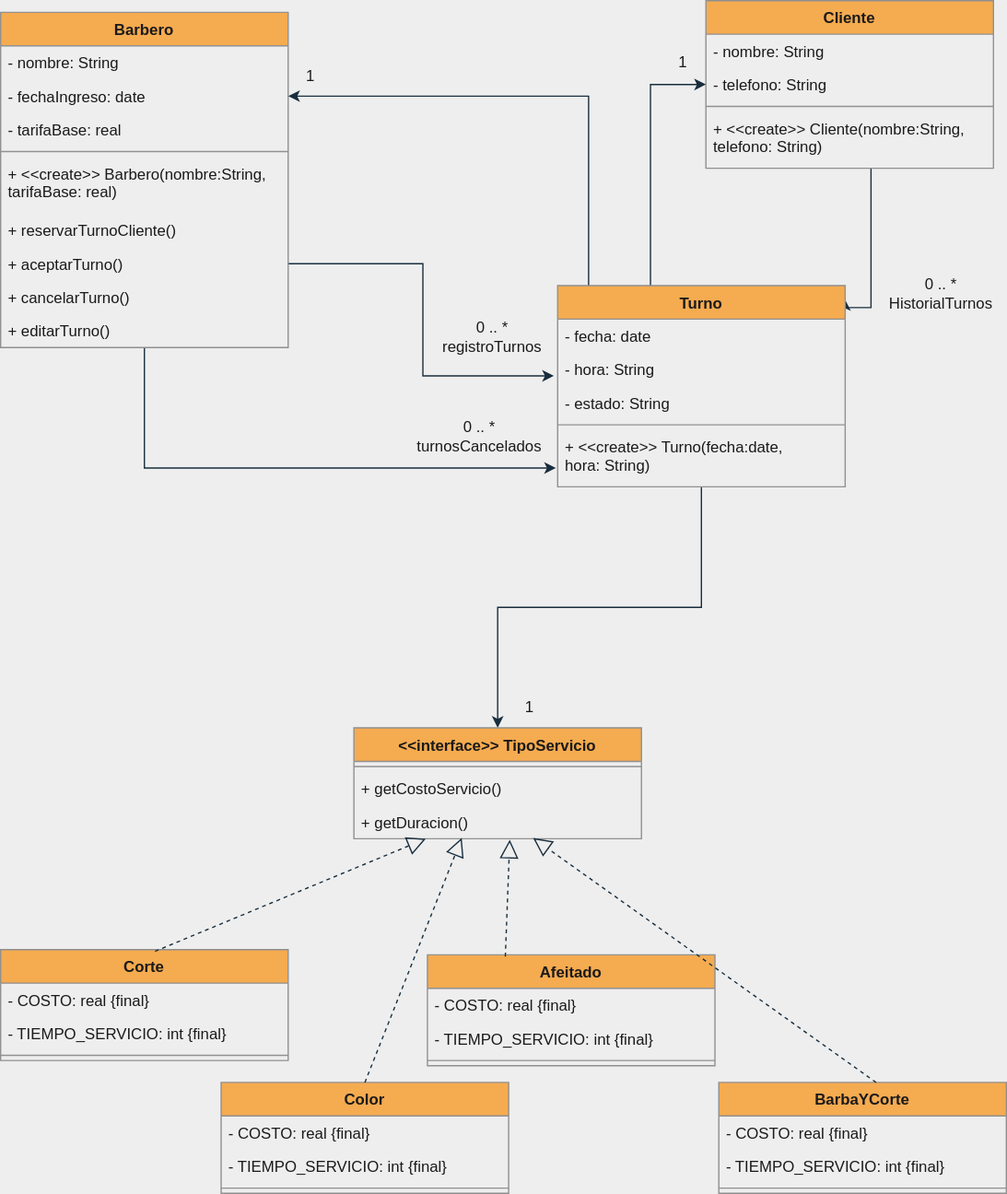
Before: GestionTurnosBarberia/UML.svg, a diagram exported from draw.io (dazayamil/Java_Objetos1). Source tidied: cells renumbered, new cells last; positions are measured from the earlier drawing's top-left corner, leaving out a move shared by most shapes.
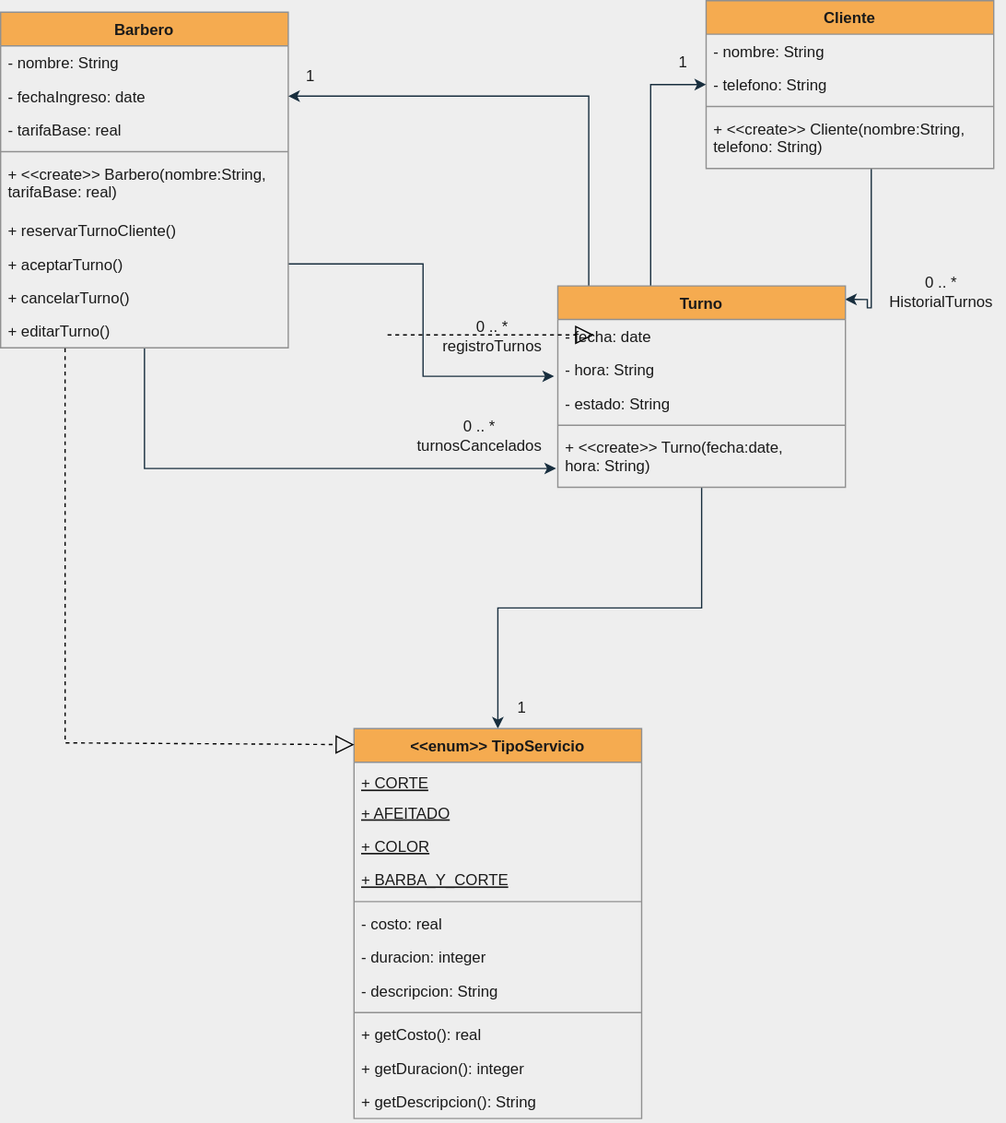
After the commit.

Commit message:
Ajustes UML, creacion de Clases, implementacion Clase TipoServicio Enum

Change to the diagram source:
```diff
@@ -42,6 +42,8 @@
       <mxGeometry relative="1" as="geometry">
         <Array as="points">
           <mxPoint x="675" y="238" />
+          <mxPoint x="672" y="238" />
+          <mxPoint x="672" y="232" />
         </Array>
       </mxGeometry>
     </mxCell>
@@ -95,65 +97,44 @@
     <mxCell id="28" value="+ &lt;&lt;create&gt;&gt; Turno(fecha:date,&#10;hora: String)" style="text;strokeColor=none;fillColor=none;align=left;verticalAlign=top;spacingLeft=4;spacingRight=4;overflow=hidden;points=[[0,0.5],[1,0.5]];portConstraint=eastwest;fontColor=#1A1A1A;" parent="23" vertex="1">
       <mxGeometry y="112" width="223" height="44" as="geometry" />
     </mxCell>
-    <mxCell id="29" value="Corte" style="swimlane;fontStyle=1;align=center;verticalAlign=top;horizontal=1;startSize=26;strokeColor=#909090;fontColor=#1A1A1A;fillColor=#F5AB50;" parent="1" vertex="1">
-      <mxGeometry y="736" width="223" height="86" as="geometry" />
-    </mxCell>
-    <mxCell id="30" value="- COSTO: real {final}" style="text;strokeColor=none;fillColor=none;align=left;verticalAlign=top;spacingLeft=4;spacingRight=4;overflow=hidden;fontColor=#1A1A1A;" parent="29" vertex="1">
-      <mxGeometry y="26" width="223" height="26" as="geometry" />
-    </mxCell>
-    <mxCell id="31" value="- TIEMPO_SERVICIO: int {final}" style="text;strokeColor=none;fillColor=none;align=left;verticalAlign=top;spacingLeft=4;spacingRight=4;overflow=hidden;fontColor=#1A1A1A;" parent="29" vertex="1">
-      <mxGeometry y="52" width="223" height="26" as="geometry" />
-    </mxCell>
-    <mxCell id="32" style="line;strokeWidth=1;fillColor=none;align=left;verticalAlign=middle;spacingTop=-1;spacingLeft=3;spacingRight=3;labelPosition=right;strokeColor=inherit;fontColor=#1A1A1A;" parent="29" vertex="1">
-      <mxGeometry y="78" width="223" height="8" as="geometry" />
-    </mxCell>
-    <mxCell id="33" value="Color" style="swimlane;fontStyle=1;align=center;verticalAlign=top;horizontal=1;startSize=26;strokeColor=#909090;fontColor=#1A1A1A;fillColor=#F5AB50;" parent="1" vertex="1">
-      <mxGeometry x="171" y="839" width="223" height="86" as="geometry" />
-    </mxCell>
-    <mxCell id="34" value="- COSTO: real {final}" style="text;strokeColor=none;fillColor=none;align=left;verticalAlign=top;spacingLeft=4;spacingRight=4;overflow=hidden;fontColor=#1A1A1A;" parent="33" vertex="1">
-      <mxGeometry y="26" width="223" height="26" as="geometry" />
-    </mxCell>
-    <mxCell id="35" value="- TIEMPO_SERVICIO: int {final}" style="text;strokeColor=none;fillColor=none;align=left;verticalAlign=top;spacingLeft=4;spacingRight=4;overflow=hidden;fontColor=#1A1A1A;" parent="33" vertex="1">
-      <mxGeometry y="52" width="223" height="26" as="geometry" />
-    </mxCell>
-    <mxCell id="36" style="line;strokeWidth=1;fillColor=none;align=left;verticalAlign=middle;spacingTop=-1;spacingLeft=3;spacingRight=3;labelPosition=right;strokeColor=inherit;fontColor=#1A1A1A;" parent="33" vertex="1">
-      <mxGeometry y="78" width="223" height="8" as="geometry" />
-    </mxCell>
-    <mxCell id="37" value="Afeitado" style="swimlane;fontStyle=1;align=center;verticalAlign=top;horizontal=1;startSize=26;strokeColor=#909090;fontColor=#1A1A1A;fillColor=#F5AB50;" parent="1" vertex="1">
-      <mxGeometry x="331" y="740" width="223" height="86" as="geometry" />
-    </mxCell>
-    <mxCell id="38" value="- COSTO: real {final}" style="text;strokeColor=none;fillColor=none;align=left;verticalAlign=top;spacingLeft=4;spacingRight=4;overflow=hidden;fontColor=#1A1A1A;" parent="37" vertex="1">
-      <mxGeometry y="26" width="223" height="26" as="geometry" />
-    </mxCell>
-    <mxCell id="39" value="- TIEMPO_SERVICIO: int {final}" style="text;strokeColor=none;fillColor=none;align=left;verticalAlign=top;spacingLeft=4;spacingRight=4;overflow=hidden;fontColor=#1A1A1A;" parent="37" vertex="1">
-      <mxGeometry y="52" width="223" height="26" as="geometry" />
-    </mxCell>
-    <mxCell id="40" style="line;strokeWidth=1;fillColor=none;align=left;verticalAlign=middle;spacingTop=-1;spacingLeft=3;spacingRight=3;labelPosition=right;strokeColor=inherit;fontColor=#1A1A1A;" parent="37" vertex="1">
-      <mxGeometry y="78" width="223" height="8" as="geometry" />
-    </mxCell>
-    <mxCell id="41" value="BarbaYCorte" style="swimlane;fontStyle=1;align=center;verticalAlign=top;horizontal=1;startSize=26;strokeColor=#909090;fontColor=#1A1A1A;fillColor=#F5AB50;" parent="1" vertex="1">
-      <mxGeometry x="557" y="839" width="223" height="86" as="geometry" />
-    </mxCell>
-    <mxCell id="42" value="- COSTO: real {final}" style="text;strokeColor=none;fillColor=none;align=left;verticalAlign=top;spacingLeft=4;spacingRight=4;overflow=hidden;fontColor=#1A1A1A;" parent="41" vertex="1">
-      <mxGeometry y="26" width="223" height="26" as="geometry" />
-    </mxCell>
-    <mxCell id="43" value="- TIEMPO_SERVICIO: int {final}" style="text;strokeColor=none;fillColor=none;align=left;verticalAlign=top;spacingLeft=4;spacingRight=4;overflow=hidden;fontColor=#1A1A1A;" parent="41" vertex="1">
-      <mxGeometry y="52" width="223" height="26" as="geometry" />
-    </mxCell>
-    <mxCell id="44" style="line;strokeWidth=1;fillColor=none;align=left;verticalAlign=middle;spacingTop=-1;spacingLeft=3;spacingRight=3;labelPosition=right;strokeColor=inherit;fontColor=#1A1A1A;" parent="41" vertex="1">
-      <mxGeometry y="78" width="223" height="8" as="geometry" />
-    </mxCell>
-    <mxCell id="45" value="&lt;&lt;interface&gt;&gt; TipoServicio" style="swimlane;fontStyle=1;align=center;verticalAlign=top;horizontal=1;startSize=26;strokeColor=#909090;fontColor=#1A1A1A;fillColor=#F5AB50;" parent="1" vertex="1">
-      <mxGeometry x="274" y="564" width="223" height="86" as="geometry" />
+    <mxCell id="45" value="&lt;&lt;enum&gt;&gt; TipoServicio" style="swimlane;fontStyle=1;align=center;verticalAlign=top;horizontal=1;startSize=26;strokeColor=#909090;fontColor=#1A1A1A;fillColor=#F5AB50;" parent="1" vertex="1">
+      <mxGeometry x="274" y="564" width="223" height="302" as="geometry" />
     </mxCell>
+    <mxCell id="59" value="+ CORTE" style="text;strokeColor=none;fillColor=none;align=left;verticalAlign=bottom;spacingLeft=4;spacingRight=4;overflow=hidden;fontColor=#1A1A1A;fontStyle=4;" parent="45" vertex="1">
+      <mxGeometry y="26" width="223" height="26" as="geometry" />
+    </mxCell>
+    <mxCell id="60" value="+ AFEITADO" style="text;strokeColor=none;fillColor=none;align=left;verticalAlign=top;spacingLeft=4;spacingRight=4;overflow=hidden;fontColor=#1A1A1A;fontStyle=4;" parent="45" vertex="1">
+      <mxGeometry y="52" width="223" height="26" as="geometry" />
+    </mxCell>
+    <mxCell id="61" value="+ COLOR" style="text;strokeColor=none;fillColor=none;align=left;verticalAlign=top;spacingLeft=4;spacingRight=4;overflow=hidden;fontColor=#1A1A1A;fontStyle=4;" parent="45" vertex="1">
+      <mxGeometry y="78" width="223" height="26" as="geometry" />
+    </mxCell>
+    <mxCell id="58" value="+ BARBA_Y_CORTE" style="text;strokeColor=none;fillColor=none;align=left;verticalAlign=top;spacingLeft=4;spacingRight=4;overflow=hidden;fontColor=#1A1A1A;fontStyle=4;" parent="45" vertex="1">
+      <mxGeometry y="104" width="223" height="26" as="geometry" />
+    </mxCell>
     <mxCell id="46" style="line;strokeWidth=1;fillColor=none;align=left;verticalAlign=middle;spacingTop=-1;spacingLeft=3;spacingRight=3;labelPosition=right;strokeColor=inherit;fontColor=#1A1A1A;" parent="45" vertex="1">
-      <mxGeometry y="26" width="223" height="8" as="geometry" />
+      <mxGeometry y="130" width="223" height="8" as="geometry" />
     </mxCell>
-    <mxCell id="47" value="+ getCostoServicio()" style="text;strokeColor=none;fillColor=none;align=left;verticalAlign=top;spacingLeft=4;spacingRight=4;overflow=hidden;fontColor=#1A1A1A;" parent="45" vertex="1">
-      <mxGeometry y="34" width="223" height="26" as="geometry" />
+    <mxCell id="47" value="- costo: real" style="text;strokeColor=none;fillColor=none;align=left;verticalAlign=top;spacingLeft=4;spacingRight=4;overflow=hidden;fontColor=#1A1A1A;" parent="45" vertex="1">
+      <mxGeometry y="138" width="223" height="26" as="geometry" />
     </mxCell>
+    <mxCell id="62" value="- duracion: integer" style="text;strokeColor=none;fillColor=none;align=left;verticalAlign=top;spacingLeft=4;spacingRight=4;overflow=hidden;fontColor=#1A1A1A;" parent="45" vertex="1">
+      <mxGeometry y="164" width="223" height="26" as="geometry" />
+    </mxCell>
+    <mxCell id="63" value="- descripcion: String" style="text;strokeColor=none;fillColor=none;align=left;verticalAlign=top;spacingLeft=4;spacingRight=4;overflow=hidden;fontColor=#1A1A1A;" parent="45" vertex="1">
+      <mxGeometry y="190" width="223" height="26" as="geometry" />
+    </mxCell>
+    <mxCell id="64" style="line;strokeWidth=1;fillColor=none;align=left;verticalAlign=middle;spacingTop=-1;spacingLeft=3;spacingRight=3;labelPosition=right;strokeColor=inherit;fontColor=#1A1A1A;" parent="45" vertex="1">
+      <mxGeometry y="216" width="223" height="8" as="geometry" />
+    </mxCell>
+    <mxCell id="65" value="+ getCosto(): real" style="text;strokeColor=none;fillColor=none;align=left;verticalAlign=top;spacingLeft=4;spacingRight=4;overflow=hidden;fontColor=#1A1A1A;" parent="45" vertex="1">
+      <mxGeometry y="224" width="223" height="26" as="geometry" />
+    </mxCell>
+    <mxCell id="66" value="+ getDuracion(): integer" style="text;strokeColor=none;fillColor=none;align=left;verticalAlign=top;spacingLeft=4;spacingRight=4;overflow=hidden;fontColor=#1A1A1A;" parent="45" vertex="1">
+      <mxGeometry y="250" width="223" height="26" as="geometry" />
+    </mxCell>
-    <mxCell id="48" value="+ getDuracion()" style="text;strokeColor=none;fillColor=none;align=left;verticalAlign=top;spacingLeft=4;spacingRight=4;overflow=hidden;points=[[0,0.5],[1,0.5]];portConstraint=eastwest;fontColor=#1A1A1A;" parent="45" vertex="1">
-      <mxGeometry y="60" width="223" height="26" as="geometry" />
+    <mxCell id="48" value="+ getDescripcion(): String" style="text;strokeColor=none;fillColor=none;align=left;verticalAlign=top;spacingLeft=4;spacingRight=4;overflow=hidden;points=[[0,0.5],[1,0.5]];portConstraint=eastwest;fontColor=#1A1A1A;" parent="45" vertex="1">
+      <mxGeometry y="276" width="223" height="26" as="geometry" />
     </mxCell>
     <mxCell id="49" value="0 .. *&lt;br&gt;registroTurnos" style="text;html=1;align=center;verticalAlign=middle;strokeColor=none;fillColor=none;fontColor=#1A1A1A;" parent="1" vertex="1">
       <mxGeometry x="333" y="240" width="95" height="41" as="geometry" />
@@ -171,21 +152,20 @@
       <mxGeometry x="516" y="35" width="25" height="26" as="geometry" />
     </mxCell>
     <mxCell id="54" value="1" style="text;html=1;align=center;verticalAlign=middle;strokeColor=none;fillColor=none;fontColor=#1A1A1A;" parent="1" vertex="1">
-      <mxGeometry x="397" y="535" width="25" height="26" as="geometry" />
+      <mxGeometry x="392" y="535" width="25" height="26" as="geometry" />
     </mxCell>
-    <mxCell id="55" style="endArrow=block;dashed=1;endFill=0;endSize=12;html=1;rounded=0;strokeColor=#182E3E;fontColor=#1A1A1A;exitX=0.537;exitY=0.015;exitDx=0;exitDy=0;exitPerimeter=0;entryX=0.25;entryY=1;entryDx=0;entryDy=0;" parent="1" edge="1" source="29" target="45">
-      <mxGeometry relative="1" as="geometry" />
-    </mxCell>
-    <mxCell id="56" style="endArrow=block;dashed=1;endFill=0;endSize=12;html=1;rounded=0;strokeColor=#182E3E;fontColor=#1A1A1A;exitX=0.5;exitY=0;exitDx=0;exitDy=0;entryX=0.375;entryY=0.976;entryDx=0;entryDy=0;entryPerimeter=0;" parent="1" edge="1" source="33" target="48">
-      <mxGeometry relative="1" as="geometry" />
-    </mxCell>
-    <mxCell id="57" style="endArrow=block;dashed=1;endFill=0;endSize=12;html=1;rounded=0;strokeColor=#182E3E;fontColor=#1A1A1A;exitX=0.271;exitY=0.015;exitDx=0;exitDy=0;entryX=0.542;entryY=1.029;entryDx=0;entryDy=0;entryPerimeter=0;exitPerimeter=0;" parent="1" edge="1" source="37" target="48">
-      <mxGeometry relative="1" as="geometry" />
-    </mxCell>
-    <mxCell id="58" style="endArrow=block;dashed=1;endFill=0;endSize=12;html=1;rounded=0;strokeColor=#182E3E;fontColor=#1A1A1A;exitX=0.547;exitY=0;exitDx=0;exitDy=0;entryX=0.542;entryY=1.029;entryDx=0;entryDy=0;entryPerimeter=0;exitPerimeter=0;" parent="1" edge="1" source="41">
-      <mxGeometry relative="1" as="geometry">
-        <mxPoint x="413" y="649.5" as="targetPoint" />
-      </mxGeometry>
-    </mxCell>
+    <mxCell id="67" style="endArrow=block;dashed=1;endFill=0;endSize=12;html=1;rounded=0;" parent="1" edge="1">
+      <mxGeometry relative="1" as="geometry">
+        <mxPoint x="300" y="259" as="sourcePoint" />
+        <mxPoint x="460" y="259" as="targetPoint" />
+      </mxGeometry>
+    </mxCell>
+    <mxCell id="68" style="endArrow=block;dashed=1;endFill=0;endSize=12;html=1;rounded=0;exitX=0.224;exitY=1.015;exitDx=0;exitDy=0;exitPerimeter=0;entryX=0.001;entryY=0.041;entryDx=0;entryDy=0;entryPerimeter=0;strokeColor=#000000;" parent="1" edge="1" source="13" target="45">
+      <mxGeometry relative="1" as="geometry">
+        <Array as="points">
+          <mxPoint x="50" y="575" />
+        </Array>
+      </mxGeometry>
+    </mxCell>
   </root>
 </mxGraphModel>
```
